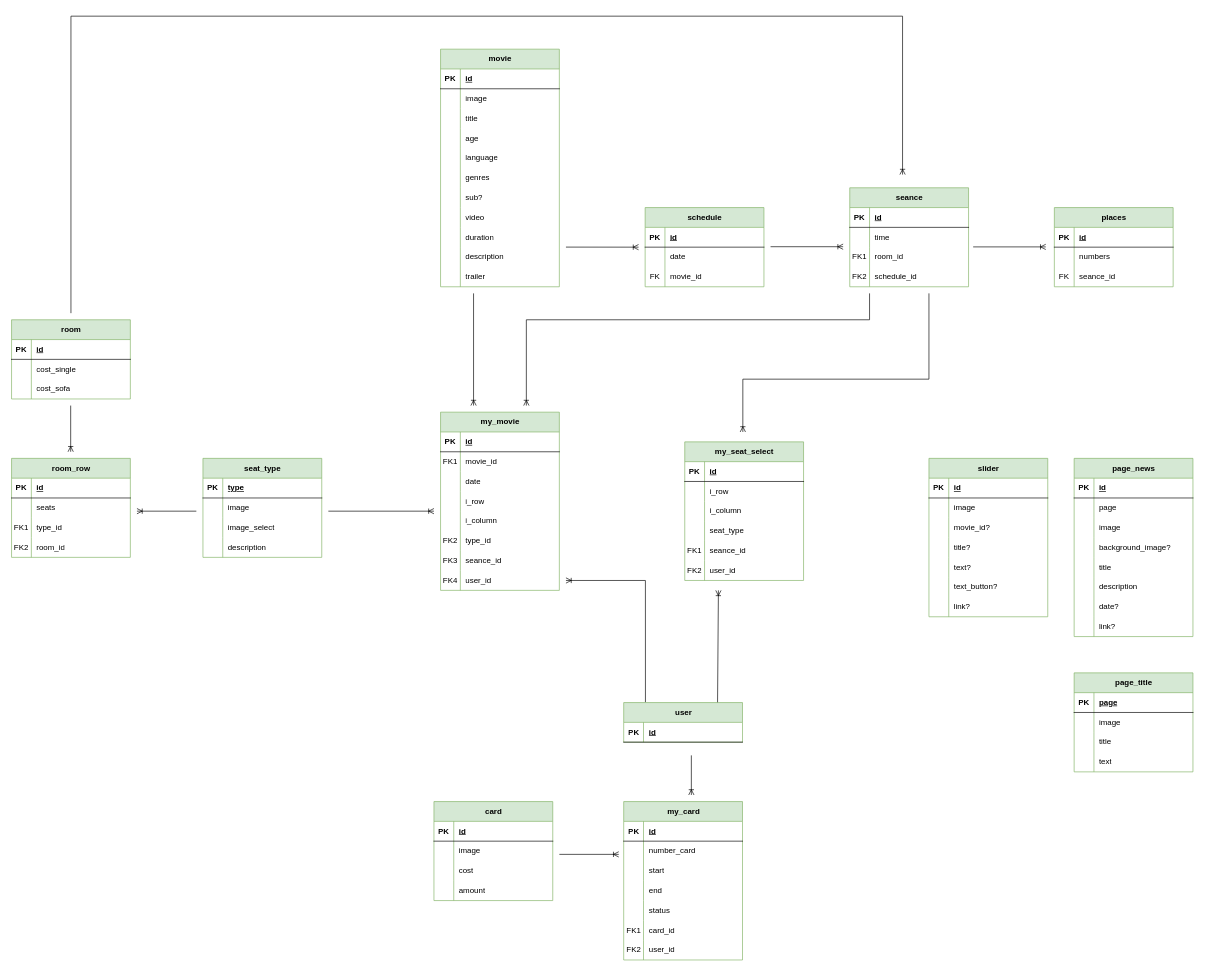
Earlier version of the draw.io diagram backend/Диаграмма классов.drawio (DeeMooR/Silver-Screen). Source tidied: cells renumbered, new cells numbered last; positions are measured from the earlier drawing's top-left corner, leaving out a move shared by most shapes. Both pictures are drawn from the tidied source at 66%, with x=0, y=0 at pixel (11, 16).
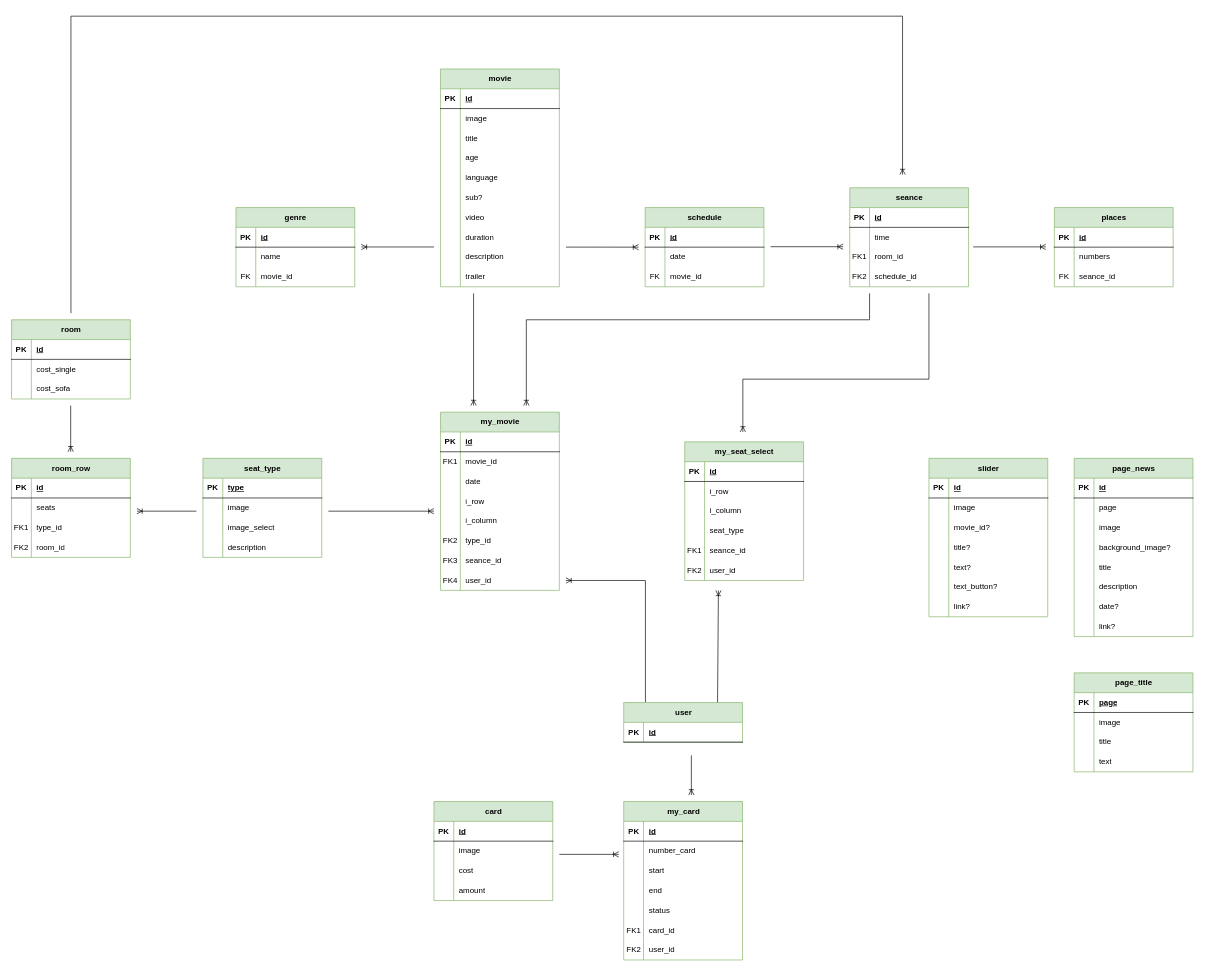
The same diagram, later.

Change to the diagram source:
```diff
@@
     <mxCell id="181" value="movie" style="shape=table;startSize=30;childLayout=tableLayout;rowLines=0;fontStyle=1;align=center;html=1;fillColor=#d5e8d4;strokeColor=#82b366;" parent="1" vertex="1">
-      <mxGeometry x="650" y="50" width="180" height="360" as="geometry" />
+      <mxGeometry x="650" y="80" width="180" height="330" as="geometry" />
     </mxCell>
@@
-    <mxCell id="197" style="shape=tableRow;horizontal=0;startSize=0;swimlaneHead=0;swimlaneBody=0;fillColor=none;top=0;left=0;right=0;bottom=0;" parent="181" vertex="1">
-      <mxGeometry y="180" width="180" height="30" as="geometry" />
-    </mxCell>
-    <mxCell id="198" style="shape=partialRectangle;fillColor=none;top=0;left=0;bottom=0;right=0;overflow=hidden;whiteSpace=wrap;html=1;" parent="197" vertex="1">
-      <mxGeometry width="30" height="30" as="geometry" />
-    </mxCell>
-    <mxCell id="199" value="genres" style="shape=partialRectangle;fillColor=none;top=0;left=0;bottom=0;right=0;align=left;spacingLeft=6;overflow=hidden;whiteSpace=wrap;html=1;" parent="197" vertex="1">
-      <mxGeometry x="30" width="150" height="30" as="geometry" />
-    </mxCell>
     <mxCell id="200" style="shape=tableRow;horizontal=0;startSize=0;swimlaneHead=0;swimlaneBody=0;fillColor=none;top=0;left=0;right=0;bottom=0;" parent="181" vertex="1">
-      <mxGeometry y="210" width="180" height="30" as="geometry" />
+      <mxGeometry y="180" width="180" height="30" as="geometry" />
     </mxCell>
@@
     <mxCell id="203" style="shape=tableRow;horizontal=0;startSize=0;swimlaneHead=0;swimlaneBody=0;fillColor=none;top=0;left=0;right=0;bottom=0;" parent="181" vertex="1">
-      <mxGeometry y="240" width="180" height="30" as="geometry" />
+      <mxGeometry y="210" width="180" height="30" as="geometry" />
     </mxCell>
@@
     <mxCell id="206" style="shape=tableRow;horizontal=0;startSize=0;swimlaneHead=0;swimlaneBody=0;fillColor=none;top=0;left=0;right=0;bottom=0;" parent="181" vertex="1">
-      <mxGeometry y="270" width="180" height="30" as="geometry" />
+      <mxGeometry y="240" width="180" height="30" as="geometry" />
     </mxCell>
@@
     <mxCell id="209" style="shape=tableRow;horizontal=0;startSize=0;swimlaneHead=0;swimlaneBody=0;fillColor=none;top=0;left=0;right=0;bottom=0;" parent="181" vertex="1">
-      <mxGeometry y="300" width="180" height="30" as="geometry" />
+      <mxGeometry y="270" width="180" height="30" as="geometry" />
     </mxCell>
@@
     <mxCell id="212" style="shape=tableRow;horizontal=0;startSize=0;swimlaneHead=0;swimlaneBody=0;fillColor=none;top=0;left=0;right=0;bottom=0;" parent="181" vertex="1">
-      <mxGeometry y="330" width="180" height="30" as="geometry" />
+      <mxGeometry y="300" width="180" height="30" as="geometry" />
     </mxCell>
@@
+    <mxCell id="262" value="genre" style="shape=table;startSize=30;childLayout=tableLayout;rowLines=0;fontStyle=1;align=center;html=1;fillColor=#d5e8d4;strokeColor=#82b366;" parent="1" vertex="1">
+      <mxGeometry x="340" y="290" width="180" height="120" as="geometry" />
+    </mxCell>
+    <mxCell id="263" style="shape=tableRow;horizontal=0;startSize=0;swimlaneHead=0;swimlaneBody=0;fillColor=none;top=0;left=0;right=0;bottom=1;" parent="262" vertex="1">
+      <mxGeometry y="30" width="180" height="30" as="geometry" />
+    </mxCell>
+    <mxCell id="264" value="PK" style="shape=partialRectangle;fillColor=none;top=0;left=0;bottom=0;right=0;fontStyle=1;overflow=hidden;whiteSpace=wrap;html=1;" parent="263" vertex="1">
+      <mxGeometry width="30" height="30" as="geometry" />
+    </mxCell>
+    <mxCell id="265" value="id" style="shape=partialRectangle;fillColor=none;top=0;left=0;bottom=0;right=0;align=left;spacingLeft=6;fontStyle=5;overflow=hidden;whiteSpace=wrap;html=1;" parent="263" vertex="1">
+      <mxGeometry x="30" width="150" height="30" as="geometry" />
+    </mxCell>
+    <mxCell id="266" style="shape=tableRow;horizontal=0;startSize=0;swimlaneHead=0;swimlaneBody=0;fillColor=none;top=0;left=0;right=0;bottom=0;" parent="262" vertex="1">
+      <mxGeometry y="60" width="180" height="30" as="geometry" />
+    </mxCell>
+    <mxCell id="198" style="shape=partialRectangle;fillColor=none;top=0;left=0;bottom=0;right=0;overflow=hidden;whiteSpace=wrap;html=1;" parent="266" vertex="1">
+      <mxGeometry width="30" height="30" as="geometry" />
+    </mxCell>
+    <mxCell id="267" value="name" style="shape=partialRectangle;fillColor=none;top=0;left=0;bottom=0;right=0;align=left;spacingLeft=6;overflow=hidden;whiteSpace=wrap;html=1;" parent="266" vertex="1">
+      <mxGeometry x="30" width="150" height="30" as="geometry" />
+    </mxCell>
+    <mxCell id="268" style="shape=tableRow;horizontal=0;startSize=0;swimlaneHead=0;swimlaneBody=0;fillColor=none;top=0;left=0;right=0;bottom=0;" parent="262" vertex="1">
+      <mxGeometry y="90" width="180" height="30" as="geometry" />
+    </mxCell>
+    <mxCell id="269" value="FK" style="shape=partialRectangle;fillColor=none;top=0;left=0;bottom=0;right=0;overflow=hidden;whiteSpace=wrap;html=1;" parent="268" vertex="1">
+      <mxGeometry width="30" height="30" as="geometry" />
+    </mxCell>
+    <mxCell id="270" value="movie_id" style="shape=partialRectangle;fillColor=none;top=0;left=0;bottom=0;right=0;align=left;spacingLeft=6;overflow=hidden;whiteSpace=wrap;html=1;" parent="268" vertex="1">
+      <mxGeometry x="30" width="150" height="30" as="geometry" />
+    </mxCell>
+    <mxCell id="271" style="fontSize=12;html=1;endArrow=ERoneToMany;rounded=0;" parent="1" edge="1">
+      <mxGeometry relative="1" as="geometry">
+        <mxPoint x="640" y="349.7" as="sourcePoint" />
+        <mxPoint x="530" y="349.7" as="targetPoint" />
+      </mxGeometry>
+    </mxCell>
```
